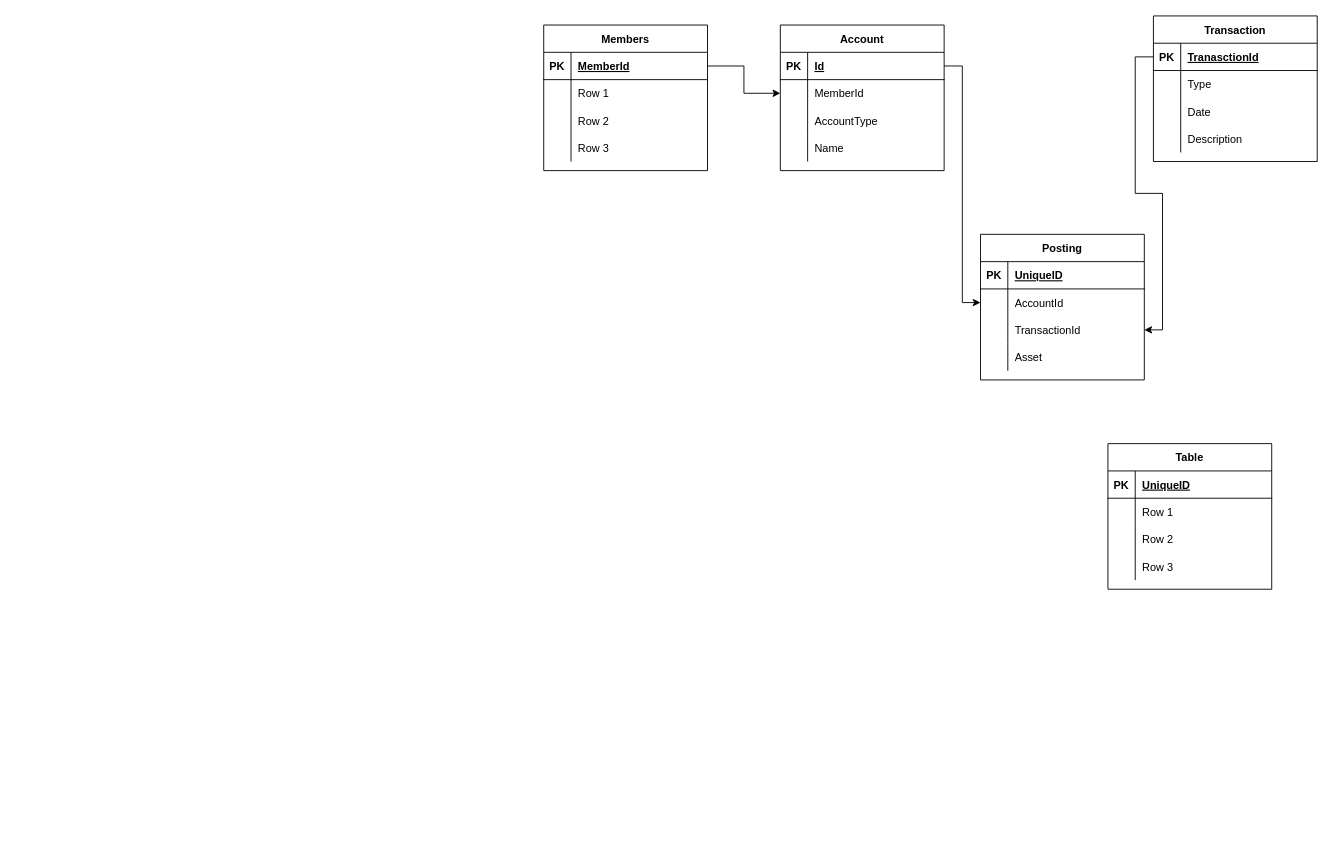
The draw.io diagram Docs/Untitled Diagram.drawio in Pesabooks/Pesabooks, before the edit. Source tidied: cells renumbered, new cells numbered last; positions are measured from the earlier drawing's top-left corner, leaving out a move shared by most shapes. Both pictures are drawn from the tidied source at 91%, with x=0, y=0 at pixel (543, 15).
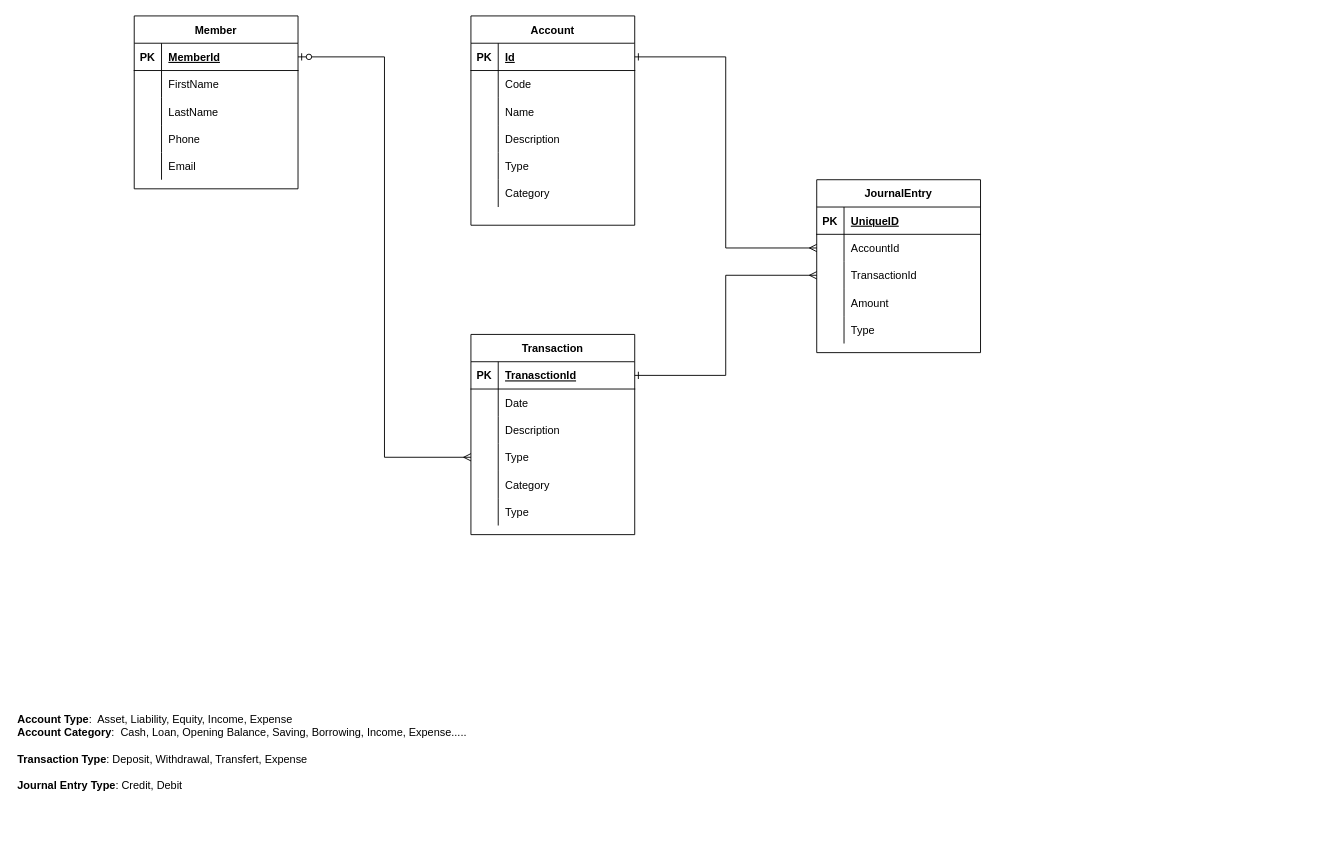
After the change.

Commit message:
Entity Relationship Diagram.drawio

Unchanged cells that the change refers to:
```xml
<mxCell id="3" style="shape=partialRectangle;fillColor=none;top=0;left=0;bottom=1;right=0;points=[[0,0.5],[1,0.5]];portConstraint=eastwest;" parent="2" vertex="1">
  <mxGeometry y="30" width="180" height="30" as="geometry" />
</mxCell>
<mxCell id="16" style="shape=partialRectangle;fillColor=none;top=0;left=0;bottom=1;right=0;points=[[0,0.5],[1,0.5]];portConstraint=eastwest;" parent="15" vertex="1">
  <mxGeometry y="30" width="180" height="30" as="geometry" />
</mxCell>
<mxCell id="32" style="shape=partialRectangle;fillColor=none;top=0;left=0;bottom=0;right=0;points=[[0,0.5],[1,0.5]];portConstraint=eastwest;" parent="28" vertex="1">
  <mxGeometry y="60" width="180" height="30" as="geometry" />
</mxCell>
<mxCell id="35" style="shape=partialRectangle;fillColor=none;top=0;left=0;bottom=0;right=0;points=[[0,0.5],[1,0.5]];portConstraint=eastwest;" parent="28" vertex="1">
  <mxGeometry y="90" width="180" height="30" as="geometry" />
</mxCell>
<mxCell id="38" style="shape=partialRectangle;fillColor=none;top=0;left=0;bottom=0;right=0;" parent="28" vertex="1">
  <mxGeometry y="120" width="180" height="30" as="geometry" />
</mxCell>
<mxCell id="55" style="shape=partialRectangle;fillColor=none;top=0;left=0;bottom=1;right=0;points=[[0,0.5],[1,0.5]];portConstraint=eastwest;" parent="54" vertex="1">
  <mxGeometry y="30" width="180" height="30" as="geometry" />
</mxCell>
<mxCell id="58" style="shape=partialRectangle;fillColor=none;top=0;left=0;bottom=0;right=0;" parent="54" vertex="1">
  <mxGeometry y="60" width="180" height="30" as="geometry" />
</mxCell>
<mxCell id="61" style="shape=partialRectangle;fillColor=none;top=0;left=0;bottom=0;right=0;" parent="54" vertex="1">
  <mxGeometry y="90" width="180" height="30" as="geometry" />
</mxCell>
<mxCell id="64" style="shape=partialRectangle;fillColor=none;top=0;left=0;bottom=0;right=0;" parent="54" vertex="1">
  <mxGeometry y="120" width="180" height="30" as="geometry" />
</mxCell>
```

The edit, as a diff of the source:
```diff
@@
     <mxCell id="2" value="Account" style="shape=table;startSize=30;childLayout=tableLayout;rowLines=0;fontStyle=1;align=center;" parent="1" vertex="1">
-      <mxGeometry x="260" y="10" width="180" height="160" as="geometry" />
+      <mxGeometry x="-80" width="180" height="230" as="geometry" />
     </mxCell>
@@
-    <mxCell id="6" style="shape=partialRectangle;fillColor=none;top=0;left=0;bottom=0;right=0;points=[[0,0.5],[1,0.5]];portConstraint=eastwest;" parent="2" vertex="1">
-      <mxGeometry y="60" width="180" height="30" as="geometry" />
-    </mxCell>
-    <mxCell id="7" style="shape=partialRectangle;fillColor=none;top=0;left=0;bottom=0;right=0;overflow=hidden;" parent="6" vertex="1">
-      <mxGeometry width="30" height="30" as="geometry" />
-    </mxCell>
-    <mxCell id="8" value="MemberId" style="shape=partialRectangle;fillColor=none;top=0;left=0;bottom=0;right=0;align=left;spacingLeft=6;overflow=hidden;" parent="6" vertex="1">
-      <mxGeometry x="30" width="150" height="30" as="geometry" />
-    </mxCell>
     <mxCell id="9" style="shape=partialRectangle;fillColor=none;top=0;left=0;bottom=0;right=0;" parent="2" vertex="1">
-      <mxGeometry y="90" width="180" height="30" as="geometry" />
+      <mxGeometry y="60" width="180" height="30" as="geometry" />
     </mxCell>
@@
-    <mxCell id="11" value="AccountType" style="shape=partialRectangle;fillColor=none;top=0;left=0;bottom=0;right=0;align=left;spacingLeft=6;overflow=hidden;" parent="9" vertex="1">
+    <mxCell id="11" value="Code" style="shape=partialRectangle;fillColor=none;top=0;left=0;bottom=0;right=0;align=left;spacingLeft=6;overflow=hidden;" parent="9" vertex="1">
       <mxGeometry x="30" width="150" height="30" as="geometry" />
     </mxCell>
     <mxCell id="12" style="shape=partialRectangle;fillColor=none;top=0;left=0;bottom=0;right=0;" parent="2" vertex="1">
-      <mxGeometry y="120" width="180" height="30" as="geometry" />
+      <mxGeometry y="90" width="180" height="30" as="geometry" />
     </mxCell>
@@
+    <mxCell id="51" style="shape=partialRectangle;fillColor=none;top=0;left=0;bottom=0;right=0;" parent="2" vertex="1">
+      <mxGeometry y="120" width="180" height="30" as="geometry" />
+    </mxCell>
+    <mxCell id="70" style="shape=partialRectangle;fillColor=none;top=0;left=0;bottom=0;right=0;overflow=hidden;" parent="51" vertex="1">
+      <mxGeometry width="30" height="30" as="geometry" />
+    </mxCell>
+    <mxCell id="71" value="Description" style="shape=partialRectangle;fillColor=none;top=0;left=0;bottom=0;right=0;align=left;spacingLeft=6;overflow=hidden;" parent="51" vertex="1">
+      <mxGeometry x="30" width="150" height="30" as="geometry" />
+    </mxCell>
+    <mxCell id="72" style="shape=partialRectangle;fillColor=none;top=0;left=0;bottom=0;right=0;" parent="2" vertex="1">
+      <mxGeometry y="150" width="180" height="30" as="geometry" />
+    </mxCell>
+    <mxCell id="73" style="shape=partialRectangle;fillColor=none;top=0;left=0;bottom=0;right=0;overflow=hidden;" parent="72" vertex="1">
+      <mxGeometry width="30" height="30" as="geometry" />
+    </mxCell>
+    <mxCell id="74" value="Type" style="shape=partialRectangle;fillColor=none;top=0;left=0;bottom=0;right=0;align=left;spacingLeft=6;overflow=hidden;" parent="72" vertex="1">
+      <mxGeometry x="30" width="150" height="30" as="geometry" />
+    </mxCell>
+    <mxCell id="75" style="shape=partialRectangle;fillColor=none;top=0;left=0;bottom=0;right=0;" parent="2" vertex="1">
+      <mxGeometry y="180" width="180" height="30" as="geometry" />
+    </mxCell>
+    <mxCell id="76" style="shape=partialRectangle;fillColor=none;top=0;left=0;bottom=0;right=0;overflow=hidden;" parent="75" vertex="1">
+      <mxGeometry width="30" height="30" as="geometry" />
+    </mxCell>
+    <mxCell id="77" value="Category" style="shape=partialRectangle;fillColor=none;top=0;left=0;bottom=0;right=0;align=left;spacingLeft=6;overflow=hidden;" parent="75" vertex="1">
+      <mxGeometry x="30" width="150" height="30" as="geometry" />
+    </mxCell>
     <mxCell id="15" value="Transaction" style="shape=table;startSize=30;childLayout=tableLayout;rowLines=0;fontStyle=1;align=center;" parent="1" vertex="1">
-      <mxGeometry x="670" width="180" height="160" as="geometry" />
+      <mxGeometry x="-80" y="350" width="180" height="220" as="geometry" />
     </mxCell>
@@
-    <mxCell id="19" style="shape=partialRectangle;fillColor=none;top=0;left=0;bottom=0;right=0;points=[[0,0.5],[1,0.5]];portConstraint=eastwest;" parent="15" vertex="1">
-      <mxGeometry y="60" width="180" height="30" as="geometry" />
-    </mxCell>
-    <mxCell id="20" style="shape=partialRectangle;fillColor=none;top=0;left=0;bottom=0;right=0;overflow=hidden;" parent="19" vertex="1">
-      <mxGeometry width="30" height="30" as="geometry" />
-    </mxCell>
-    <mxCell id="21" value="Type" style="shape=partialRectangle;fillColor=none;top=0;left=0;bottom=0;right=0;align=left;spacingLeft=6;overflow=hidden;" parent="19" vertex="1">
-      <mxGeometry x="30" width="150" height="30" as="geometry" />
-    </mxCell>
     <mxCell id="22" style="shape=partialRectangle;fillColor=none;top=0;left=0;bottom=0;right=0;" parent="15" vertex="1">
-      <mxGeometry y="90" width="180" height="30" as="geometry" />
+      <mxGeometry y="60" width="180" height="30" as="geometry" />
     </mxCell>
@@
     <mxCell id="25" style="shape=partialRectangle;fillColor=none;top=0;left=0;bottom=0;right=0;" parent="15" vertex="1">
-      <mxGeometry y="120" width="180" height="30" as="geometry" />
+      <mxGeometry y="90" width="180" height="30" as="geometry" />
     </mxCell>
@@
+    <mxCell id="19" style="shape=partialRectangle;fillColor=none;top=0;left=0;bottom=0;right=0;points=[[0,0.5],[1,0.5]];portConstraint=eastwest;" parent="15" vertex="1">
+      <mxGeometry y="120" width="180" height="30" as="geometry" />
+    </mxCell>
+    <mxCell id="20" style="shape=partialRectangle;fillColor=none;top=0;left=0;bottom=0;right=0;overflow=hidden;" parent="19" vertex="1">
+      <mxGeometry width="30" height="30" as="geometry" />
+    </mxCell>
+    <mxCell id="21" value="Type" style="shape=partialRectangle;fillColor=none;top=0;left=0;bottom=0;right=0;align=left;spacingLeft=6;overflow=hidden;" parent="19" vertex="1">
+      <mxGeometry x="30" width="150" height="30" as="geometry" />
+    </mxCell>
+    <mxCell id="6" style="shape=partialRectangle;fillColor=none;top=0;left=0;bottom=0;right=0;points=[[0,0.5],[1,0.5]];portConstraint=eastwest;" parent="15" vertex="1">
+      <mxGeometry y="150" width="180" height="30" as="geometry" />
+    </mxCell>
+    <mxCell id="7" style="shape=partialRectangle;fillColor=none;top=0;left=0;bottom=0;right=0;overflow=hidden;" parent="6" vertex="1">
+      <mxGeometry width="30" height="30" as="geometry" />
+    </mxCell>
+    <mxCell id="8" value="Category" style="shape=partialRectangle;fillColor=none;top=0;left=0;bottom=0;right=0;align=left;spacingLeft=6;overflow=hidden;" parent="6" vertex="1">
+      <mxGeometry x="30" width="150" height="30" as="geometry" />
+    </mxCell>
+    <mxCell id="78" style="shape=partialRectangle;fillColor=none;top=0;left=0;bottom=0;right=0;" parent="15" vertex="1">
+      <mxGeometry y="180" width="180" height="30" as="geometry" />
+    </mxCell>
+    <mxCell id="79" style="shape=partialRectangle;fillColor=none;top=0;left=0;bottom=0;right=0;overflow=hidden;" parent="78" vertex="1">
+      <mxGeometry width="30" height="30" as="geometry" />
+    </mxCell>
+    <mxCell id="80" value="Type" style="shape=partialRectangle;fillColor=none;top=0;left=0;bottom=0;right=0;align=left;spacingLeft=6;overflow=hidden;" parent="78" vertex="1">
+      <mxGeometry x="30" width="150" height="30" as="geometry" />
+    </mxCell>
-    <mxCell id="28" value="Posting" style="shape=table;startSize=30;childLayout=tableLayout;rowLines=0;fontStyle=1;align=center;" parent="1" vertex="1">
-      <mxGeometry x="480" y="240" width="180" height="160" as="geometry" />
+    <mxCell id="28" value="JournalEntry" style="shape=table;startSize=30;childLayout=tableLayout;rowLines=0;fontStyle=1;align=center;" parent="1" vertex="1">
+      <mxGeometry x="300" y="180" width="180" height="190" as="geometry" />
     </mxCell>
@@
-    <mxCell id="40" value="Asset" style="shape=partialRectangle;fillColor=none;top=0;left=0;bottom=0;right=0;align=left;spacingLeft=6;overflow=hidden;" parent="38" vertex="1">
+    <mxCell id="40" value="Amount" style="shape=partialRectangle;fillColor=none;top=0;left=0;bottom=0;right=0;align=left;spacingLeft=6;overflow=hidden;" parent="38" vertex="1">
       <mxGeometry x="30" width="150" height="30" as="geometry" />
     </mxCell>
-    <mxCell id="41" value="Table" style="shape=table;startSize=30;childLayout=tableLayout;rowLines=0;fontStyle=1;align=center;" parent="1" vertex="1">
-      <mxGeometry x="620" y="470" width="180" height="160" as="geometry" />
-    </mxCell>
-    <mxCell id="42" style="shape=partialRectangle;fillColor=none;top=0;left=0;bottom=1;right=0;" parent="41" vertex="1">
-      <mxGeometry y="30" width="180" height="30" as="geometry" />
-    </mxCell>
-    <mxCell id="43" value="PK" style="shape=partialRectangle;fillColor=none;top=0;left=0;bottom=0;right=0;fontStyle=1;overflow=hidden;" parent="42" vertex="1">
-      <mxGeometry width="30" height="30" as="geometry" />
-    </mxCell>
-    <mxCell id="44" value="UniqueID" style="shape=partialRectangle;fillColor=none;top=0;left=0;bottom=0;right=0;align=left;spacingLeft=6;fontStyle=5;overflow=hidden;" parent="42" vertex="1">
-      <mxGeometry x="30" width="150" height="30" as="geometry" />
-    </mxCell>
-    <mxCell id="45" style="shape=partialRectangle;fillColor=none;top=0;left=0;bottom=0;right=0;" parent="41" vertex="1">
-      <mxGeometry y="60" width="180" height="30" as="geometry" />
-    </mxCell>
-    <mxCell id="46" style="shape=partialRectangle;fillColor=none;top=0;left=0;bottom=0;right=0;overflow=hidden;" parent="45" vertex="1">
-      <mxGeometry width="30" height="30" as="geometry" />
-    </mxCell>
-    <mxCell id="47" value="Row 1" style="shape=partialRectangle;fillColor=none;top=0;left=0;bottom=0;right=0;align=left;spacingLeft=6;overflow=hidden;" parent="45" vertex="1">
-      <mxGeometry x="30" width="150" height="30" as="geometry" />
-    </mxCell>
-    <mxCell id="48" style="shape=partialRectangle;fillColor=none;top=0;left=0;bottom=0;right=0;" parent="41" vertex="1">
-      <mxGeometry y="90" width="180" height="30" as="geometry" />
-    </mxCell>
-    <mxCell id="49" style="shape=partialRectangle;fillColor=none;top=0;left=0;bottom=0;right=0;overflow=hidden;" parent="48" vertex="1">
-      <mxGeometry width="30" height="30" as="geometry" />
-    </mxCell>
-    <mxCell id="50" value="Row 2" style="shape=partialRectangle;fillColor=none;top=0;left=0;bottom=0;right=0;align=left;spacingLeft=6;overflow=hidden;" parent="48" vertex="1">
-      <mxGeometry x="30" width="150" height="30" as="geometry" />
-    </mxCell>
-    <mxCell id="51" style="shape=partialRectangle;fillColor=none;top=0;left=0;bottom=0;right=0;" parent="41" vertex="1">
-      <mxGeometry y="120" width="180" height="30" as="geometry" />
-    </mxCell>
-    <mxCell id="52" style="shape=partialRectangle;fillColor=none;top=0;left=0;bottom=0;right=0;overflow=hidden;" parent="51" vertex="1">
-      <mxGeometry width="30" height="30" as="geometry" />
-    </mxCell>
-    <mxCell id="53" value="Row 3" style="shape=partialRectangle;fillColor=none;top=0;left=0;bottom=0;right=0;align=left;spacingLeft=6;overflow=hidden;" parent="51" vertex="1">
-      <mxGeometry x="30" width="150" height="30" as="geometry" />
-    </mxCell>
+    <mxCell id="81" style="shape=partialRectangle;fillColor=none;top=0;left=0;bottom=0;right=0;" parent="28" vertex="1">
+      <mxGeometry y="150" width="180" height="30" as="geometry" />
+    </mxCell>
+    <mxCell id="82" style="shape=partialRectangle;fillColor=none;top=0;left=0;bottom=0;right=0;overflow=hidden;" parent="81" vertex="1">
+      <mxGeometry width="30" height="30" as="geometry" />
+    </mxCell>
+    <mxCell id="83" value="Type" style="shape=partialRectangle;fillColor=none;top=0;left=0;bottom=0;right=0;align=left;spacingLeft=6;overflow=hidden;" parent="81" vertex="1">
+      <mxGeometry x="30" width="150" height="30" as="geometry" />
+    </mxCell>
-    <mxCell id="54" value="Members" style="shape=table;startSize=30;childLayout=tableLayout;rowLines=0;fontStyle=1;align=center;" parent="1" vertex="1">
-      <mxGeometry y="10" width="180" height="160" as="geometry" />
+    <mxCell id="54" value="Member" style="shape=table;startSize=30;childLayout=tableLayout;rowLines=0;fontStyle=1;align=center;" parent="1" vertex="1">
+      <mxGeometry x="-450" width="180" height="190" as="geometry" />
     </mxCell>
@@
-    <mxCell id="60" value="Row 1" style="shape=partialRectangle;fillColor=none;top=0;left=0;bottom=0;right=0;align=left;spacingLeft=6;overflow=hidden;" parent="58" vertex="1">
+    <mxCell id="60" value="FirstName" style="shape=partialRectangle;fillColor=none;top=0;left=0;bottom=0;right=0;align=left;spacingLeft=6;overflow=hidden;" parent="58" vertex="1">
       <mxGeometry x="30" width="150" height="30" as="geometry" />
     </mxCell>
@@
-    <mxCell id="63" value="Row 2" style="shape=partialRectangle;fillColor=none;top=0;left=0;bottom=0;right=0;align=left;spacingLeft=6;overflow=hidden;" parent="61" vertex="1">
+    <mxCell id="63" value="LastName" style="shape=partialRectangle;fillColor=none;top=0;left=0;bottom=0;right=0;align=left;spacingLeft=6;overflow=hidden;" parent="61" vertex="1">
       <mxGeometry x="30" width="150" height="30" as="geometry" />
     </mxCell>
@@
-    <mxCell id="66" value="Row 3" style="shape=partialRectangle;fillColor=none;top=0;left=0;bottom=0;right=0;align=left;spacingLeft=6;overflow=hidden;" parent="64" vertex="1">
+    <mxCell id="66" value="Phone" style="shape=partialRectangle;fillColor=none;top=0;left=0;bottom=0;right=0;align=left;spacingLeft=6;overflow=hidden;" parent="64" vertex="1">
       <mxGeometry x="30" width="150" height="30" as="geometry" />
     </mxCell>
+    <mxCell id="84" style="shape=partialRectangle;fillColor=none;top=0;left=0;bottom=0;right=0;" parent="54" vertex="1">
+      <mxGeometry y="150" width="180" height="30" as="geometry" />
+    </mxCell>
+    <mxCell id="85" style="shape=partialRectangle;fillColor=none;top=0;left=0;bottom=0;right=0;overflow=hidden;" parent="84" vertex="1">
+      <mxGeometry width="30" height="30" as="geometry" />
+    </mxCell>
+    <mxCell id="86" value="Email" style="shape=partialRectangle;fillColor=none;top=0;left=0;bottom=0;right=0;align=left;spacingLeft=6;overflow=hidden;" parent="84" vertex="1">
+      <mxGeometry x="30" width="150" height="30" as="geometry" />
+    </mxCell>
-    <mxCell id="67" style="edgeStyle=orthogonalEdgeStyle;rounded=0;jettySize=auto;html=1;entryX=0;entryY=0.5;entryDx=0;entryDy=0;" parent="1" edge="1" source="3" target="32">
+    <mxCell id="67" style="edgeStyle=orthogonalEdgeStyle;rounded=0;jettySize=auto;html=1;entryX=0;entryY=0.5;entryDx=0;entryDy=0;startArrow=ERone;startFill=0;endArrow=ERmany;endFill=0;" parent="1" edge="1" source="3" target="32">
       <mxGeometry relative="1" as="geometry" />
     </mxCell>
-    <mxCell id="68" style="edgeStyle=orthogonalEdgeStyle;rounded=0;jettySize=auto;html=1;entryX=1;entryY=0.5;entryDx=0;entryDy=0;" parent="1" edge="1" source="16" target="35">
+    <mxCell id="68" style="edgeStyle=orthogonalEdgeStyle;rounded=0;jettySize=auto;html=1;startArrow=ERone;startFill=0;endArrow=ERmany;endFill=0;" parent="1" edge="1" source="16" target="35">
       <mxGeometry relative="1" as="geometry" />
     </mxCell>
-    <mxCell id="69" style="edgeStyle=orthogonalEdgeStyle;rounded=0;jettySize=auto;html=1;entryX=0;entryY=0.5;entryDx=0;entryDy=0;" parent="1" edge="1" source="55" target="6">
-      <mxGeometry relative="1" as="geometry" />
-    </mxCell>
+    <mxCell id="87" style="edgeStyle=orthogonalEdgeStyle;rounded=0;jettySize=auto;html=1;entryX=0;entryY=0.5;entryDx=0;entryDy=0;endArrow=ERmany;endFill=0;startArrow=ERzeroToOne;startFill=1;" parent="1" edge="1" source="55" target="19">
+      <mxGeometry relative="1" as="geometry" />
+    </mxCell>
+    <mxCell id="88" value="&lt;b&gt;Account Type&lt;/b&gt;:&amp;nbsp; Asset, Liability, Equity, Income, Expense&lt;br&gt;&lt;b&gt;Account Category&lt;/b&gt;:&amp;nbsp; Cash, Loan, Opening Balance, Saving, Borrowing, Income, Expense.....&lt;br&gt;&lt;br&gt;&lt;b&gt;Transaction Type&lt;/b&gt;: Deposit, Withdrawal, Transfert, Expense&lt;br&gt;&lt;br&gt;&lt;b&gt;Journal Entry Type&lt;/b&gt;: Credit, Debit" style="text;html=1;strokeColor=none;fillColor=none;align=left;verticalAlign=top;whiteSpace=wrap;rounded=0;" parent="1" vertex="1">
+      <mxGeometry x="-580" y="760" width="690" height="130" as="geometry" />
+    </mxCell>
```
